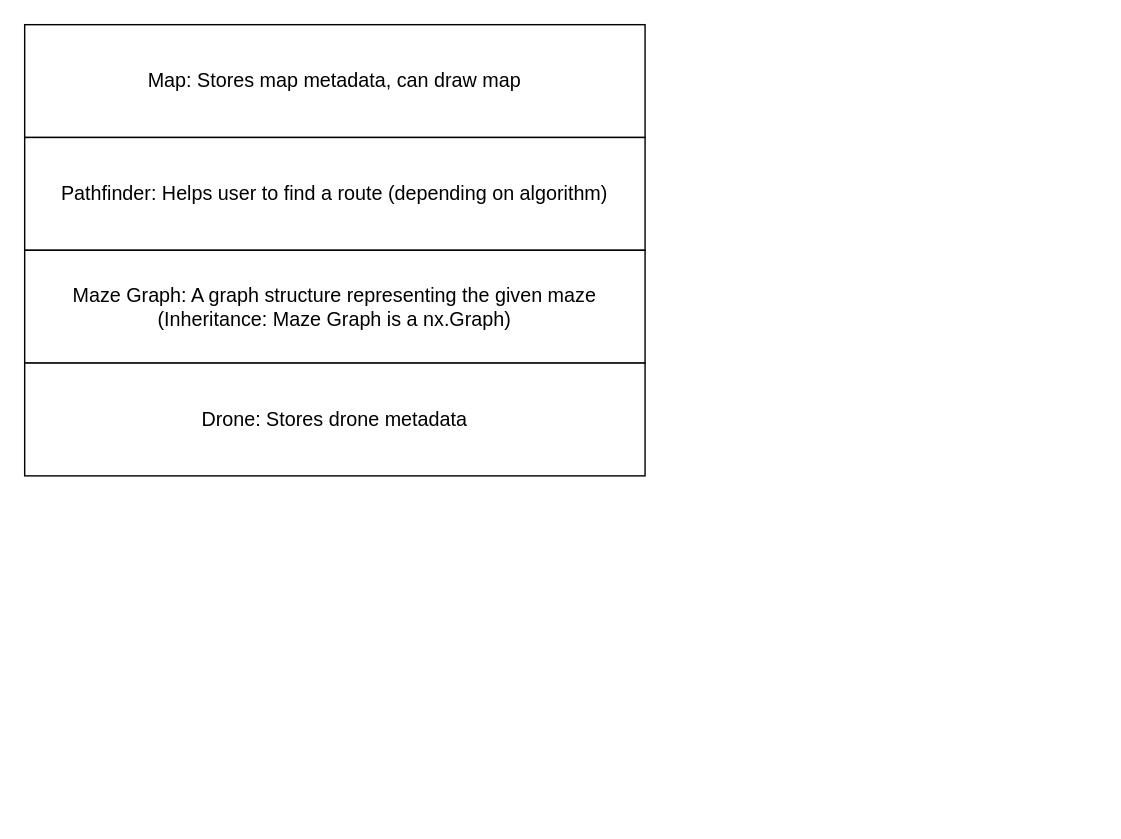
Above: page "Class Summary" (3 of 3) of diagrams/program_diagrams.drawio in junnjiee16/ST1507-DSAA-Maze-Solver (draw.io), before the change. Source tidied: cells renumbered, new cells numbered last; positions are measured from the earlier drawing's top-left corner, leaving out a move shared by most shapes. Both pictures are drawn from the tidied source at 141%, with x=0, y=0 at pixel (24, 24).
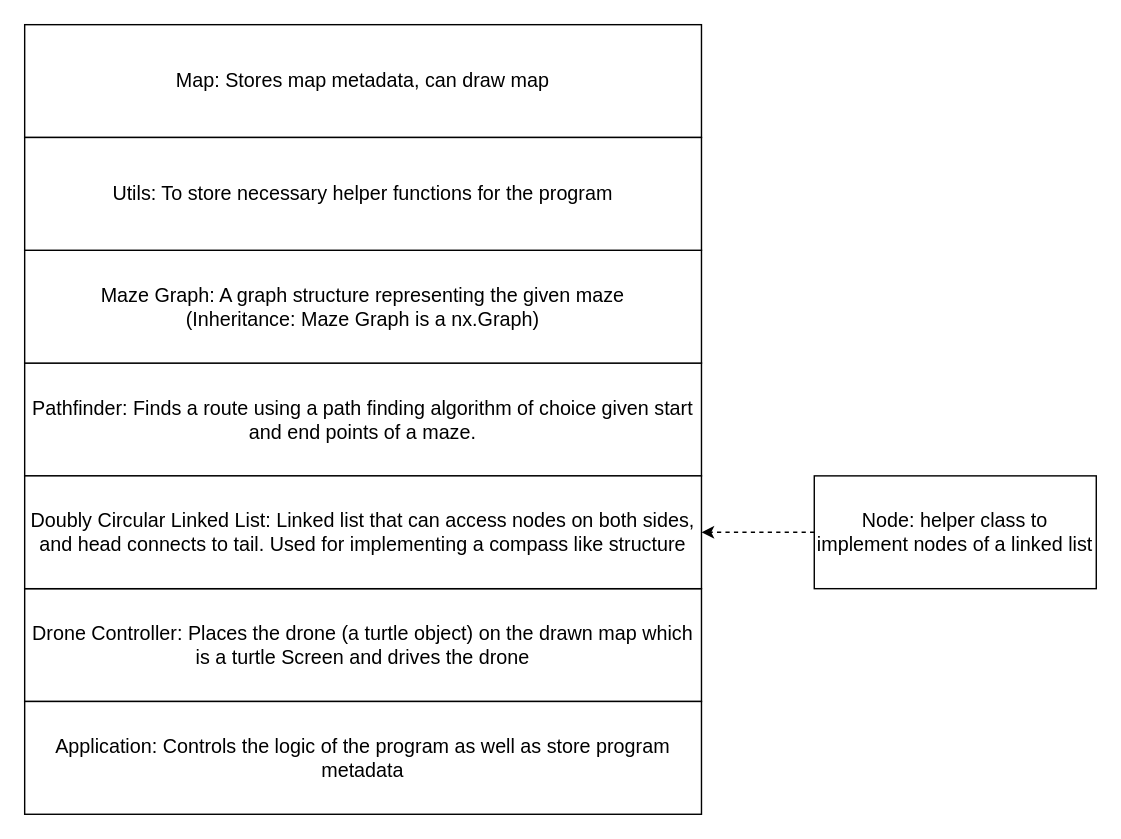
The same diagram, later.

What changed in the source:
```diff
@@
 <mxGraphModel>
   <root>
     <mxCell id="0" />
     <mxCell id="1" parent="0" />
     <mxCell id="2" value="&lt;font style=&quot;font-size: 14px;&quot;&gt;Map: Stores map metadata, can draw map&lt;/font&gt;" style="rounded=0;whiteSpace=wrap;html=1;" parent="1" vertex="1">
-      <mxGeometry width="440" height="80" as="geometry" />
+      <mxGeometry width="480" height="80" as="geometry" />
     </mxCell>
-    <mxCell id="3" value="&lt;font style=&quot;font-size: 14px;&quot;&gt;Pathfinder: Helps user to find a route (depending on algorithm)&lt;/font&gt;" style="rounded=0;whiteSpace=wrap;html=1;" parent="1" vertex="1">
-      <mxGeometry y="80" width="440" height="80" as="geometry" />
+    <mxCell id="3" value="&lt;font style=&quot;font-size: 14px;&quot;&gt;Pathfinder: Finds a route using a path finding algorithm of choice given start and end points of a maze.&lt;/font&gt;" style="rounded=0;whiteSpace=wrap;html=1;" parent="1" vertex="1">
+      <mxGeometry y="240" width="480" height="80" as="geometry" />
     </mxCell>
     <mxCell id="4" value="&lt;font style=&quot;font-size: 14px;&quot;&gt;Maze Graph: A graph structure representing the given maze&lt;br&gt;(Inheritance: Maze Graph is a nx.Graph)&lt;/font&gt;" style="rounded=0;whiteSpace=wrap;html=1;" parent="1" vertex="1">
-      <mxGeometry y="160" width="440" height="80" as="geometry" />
+      <mxGeometry y="160" width="480" height="80" as="geometry" />
     </mxCell>
-    <mxCell id="5" value="&lt;font style=&quot;font-size: 14px;&quot;&gt;Drone: Stores drone metadata&lt;/font&gt;" style="rounded=0;whiteSpace=wrap;html=1;" parent="1" vertex="1">
-      <mxGeometry y="240" width="440" height="80" as="geometry" />
+    <mxCell id="5" value="&lt;font style=&quot;font-size: 14px;&quot;&gt;Drone Controller: Places the drone (a turtle object) on the drawn map which is a turtle Screen and drives the drone&lt;/font&gt;" style="rounded=0;whiteSpace=wrap;html=1;" parent="1" vertex="1">
+      <mxGeometry y="400" width="480" height="80" as="geometry" />
     </mxCell>
+    <mxCell id="6" value="&lt;font style=&quot;font-size: 14px;&quot;&gt;Doubly Circular Linked List: Linked list that can access nodes on both sides, and head connects to tail. Used for implementing a compass like structure&lt;/font&gt;" style="rounded=0;whiteSpace=wrap;html=1;" parent="1" vertex="1">
+      <mxGeometry y="320" width="480" height="80" as="geometry" />
+    </mxCell>
+    <mxCell id="7" style="edgeStyle=orthogonalEdgeStyle;rounded=0;jettySize=auto;html=1;fontSize=14;dashed=1;" parent="1" edge="1" source="8" target="6">
+      <mxGeometry relative="1" as="geometry" />
+    </mxCell>
+    <mxCell id="8" value="Node: helper class to implement nodes of a linked list" style="rounded=0;whiteSpace=wrap;html=1;fontSize=14;" parent="1" vertex="1">
+      <mxGeometry x="560" y="320" width="200" height="80" as="geometry" />
+    </mxCell>
+    <mxCell id="9" value="Utils: To store necessary helper functions for the program" style="rounded=0;whiteSpace=wrap;html=1;fontSize=14;" parent="1" vertex="1">
+      <mxGeometry y="80" width="480" height="80" as="geometry" />
+    </mxCell>
+    <mxCell id="10" value="Application: Controls the logic of the program as well as store program metadata" style="rounded=0;whiteSpace=wrap;html=1;fontSize=14;" parent="1" vertex="1">
+      <mxGeometry y="480" width="480" height="80" as="geometry" />
+    </mxCell>
   </root>
 </mxGraphModel>
```
